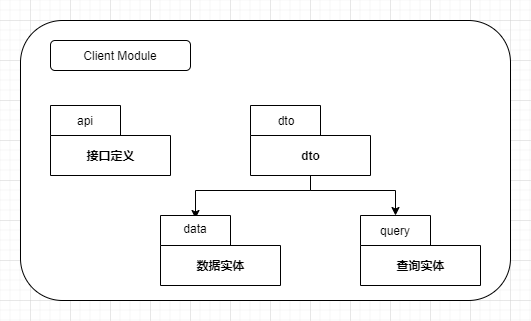
sunxiaozhi/WitBoot keeps this draw.io diagram as doc/image/witboot-client.png. Above is the earlier version. Source tidied: cells renumbered, new cells last; positions are measured from the earlier drawing's top-left corner, leaving out a move shared by most shapes. Its diagram source:
```xml
<mxGraphModel>
  <root>
    <mxCell id="0" />
    <mxCell id="1" parent="0" />
    <mxCell id="2" style="rounded=1;whiteSpace=wrap;html=1;" parent="1" vertex="1">
      <mxGeometry width="490" height="280" as="geometry" />
    </mxCell>
    <mxCell id="3" value="接口定义" style="shape=folder;fontStyle=1;tabWidth=70;tabHeight=30;tabPosition=left;html=1;boundedLbl=1;" parent="1" vertex="1">
      <mxGeometry x="30" y="85" width="120" height="70" as="geometry" />
    </mxCell>
    <mxCell id="4" value="Client Module" style="rounded=1;whiteSpace=wrap;html=1;" parent="1" vertex="1">
      <mxGeometry x="30" y="20" width="140" height="30" as="geometry" />
    </mxCell>
    <mxCell id="5" value="api" style="text;html=1;strokeColor=none;fillColor=none;align=center;verticalAlign=middle;whiteSpace=wrap;rounded=0;" parent="1" vertex="1">
      <mxGeometry x="45" y="90" width="40" height="20" as="geometry" />
    </mxCell>
    <mxCell id="6" style="edgeStyle=orthogonalEdgeStyle;rounded=0;orthogonalLoop=1;jettySize=auto;html=1;exitX=0.5;exitY=1;exitDx=0;exitDy=0;" parent="1" edge="1">
      <mxGeometry relative="1" as="geometry">
        <mxPoint x="70" y="129" as="sourcePoint" />
        <mxPoint x="70" y="129" as="targetPoint" />
      </mxGeometry>
    </mxCell>
    <mxCell id="7" style="edgeStyle=orthogonalEdgeStyle;rounded=0;jettySize=auto;html=1;entryX=0.5;entryY=0;entryDx=0;entryDy=0;" parent="1" edge="1" source="9" target="12">
      <mxGeometry relative="1" as="geometry">
        <Array as="points">
          <mxPoint x="290" y="170" />
          <mxPoint x="175" y="170" />
        </Array>
      </mxGeometry>
    </mxCell>
    <mxCell id="8" style="edgeStyle=orthogonalEdgeStyle;rounded=0;jettySize=auto;html=1;entryX=0;entryY=0;entryDx=35;entryDy=0;entryPerimeter=0;" parent="1" edge="1" source="9" target="13">
      <mxGeometry relative="1" as="geometry">
        <Array as="points">
          <mxPoint x="290" y="170" />
          <mxPoint x="375" y="170" />
        </Array>
      </mxGeometry>
    </mxCell>
    <mxCell id="9" value="dto" style="shape=folder;fontStyle=1;tabWidth=70;tabHeight=30;tabPosition=left;html=1;boundedLbl=1;" parent="1" vertex="1">
      <mxGeometry x="230" y="85" width="120" height="70" as="geometry" />
    </mxCell>
    <mxCell id="10" value="数据实体" style="shape=folder;fontStyle=1;tabWidth=70;tabHeight=30;tabPosition=left;html=1;boundedLbl=1;" parent="1" vertex="1">
      <mxGeometry x="140" y="195" width="120" height="70" as="geometry" />
    </mxCell>
    <mxCell id="11" value="dto" style="text;html=1;strokeColor=none;fillColor=none;align=center;verticalAlign=middle;whiteSpace=wrap;rounded=0;" parent="1" vertex="1">
      <mxGeometry x="245.5" y="90" width="40" height="20" as="geometry" />
    </mxCell>
    <mxCell id="12" value="data" style="text;html=1;strokeColor=none;fillColor=none;align=center;verticalAlign=middle;whiteSpace=wrap;rounded=0;" parent="1" vertex="1">
      <mxGeometry x="155" y="198" width="40" height="20" as="geometry" />
    </mxCell>
    <mxCell id="13" value="查询实体" style="shape=folder;fontStyle=1;tabWidth=70;tabHeight=30;tabPosition=left;html=1;boundedLbl=1;" parent="1" vertex="1">
      <mxGeometry x="340" y="195" width="120" height="70" as="geometry" />
    </mxCell>
    <mxCell id="14" value="query" style="text;html=1;strokeColor=none;fillColor=none;align=center;verticalAlign=middle;whiteSpace=wrap;rounded=0;" parent="1" vertex="1">
      <mxGeometry x="355" y="200" width="40" height="20" as="geometry" />
    </mxCell>
  </root>
</mxGraphModel>
```
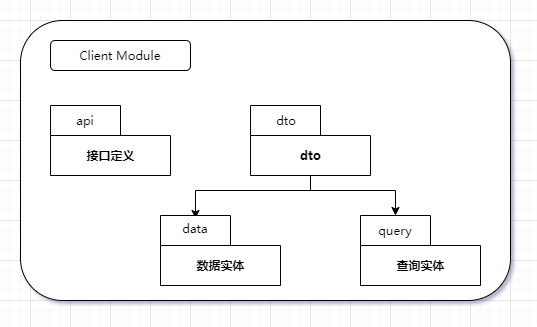
After the change.

What changed in the source:
```diff
@@ -2,25 +2,25 @@
   <root>
     <mxCell id="0" />
     <mxCell id="1" parent="0" />
-    <mxCell id="2" style="rounded=1;whiteSpace=wrap;html=1;" parent="1" vertex="1">
+    <mxCell id="2" style="rounded=1;whiteSpace=wrap;html=1;fontFamily=SourceCodePro-Medium;" parent="1" vertex="1">
       <mxGeometry width="490" height="280" as="geometry" />
     </mxCell>
-    <mxCell id="3" value="接口定义" style="shape=folder;fontStyle=1;tabWidth=70;tabHeight=30;tabPosition=left;html=1;boundedLbl=1;" parent="1" vertex="1">
+    <mxCell id="3" value="接口定义" style="shape=folder;fontStyle=1;tabWidth=70;tabHeight=30;tabPosition=left;html=1;boundedLbl=1;fontFamily=SourceCodePro-Medium;" parent="1" vertex="1">
       <mxGeometry x="30" y="85" width="120" height="70" as="geometry" />
     </mxCell>
-    <mxCell id="4" value="Client Module" style="rounded=1;whiteSpace=wrap;html=1;" parent="1" vertex="1">
+    <mxCell id="4" value="Client Module" style="rounded=1;whiteSpace=wrap;html=1;fontFamily=SourceCodePro-Medium;" parent="1" vertex="1">
       <mxGeometry x="30" y="20" width="140" height="30" as="geometry" />
     </mxCell>
-    <mxCell id="5" value="api" style="text;html=1;strokeColor=none;fillColor=none;align=center;verticalAlign=middle;whiteSpace=wrap;rounded=0;" parent="1" vertex="1">
+    <mxCell id="5" value="api" style="text;html=1;strokeColor=none;fillColor=none;align=center;verticalAlign=middle;whiteSpace=wrap;rounded=0;fontFamily=SourceCodePro-Medium;" parent="1" vertex="1">
       <mxGeometry x="45" y="90" width="40" height="20" as="geometry" />
     </mxCell>
-    <mxCell id="6" style="edgeStyle=orthogonalEdgeStyle;rounded=0;orthogonalLoop=1;jettySize=auto;html=1;exitX=0.5;exitY=1;exitDx=0;exitDy=0;" parent="1" edge="1">
+    <mxCell id="6" style="edgeStyle=orthogonalEdgeStyle;rounded=0;orthogonalLoop=1;jettySize=auto;html=1;exitX=0.5;exitY=1;exitDx=0;exitDy=0;fontFamily=SourceCodePro-Medium;" parent="1" edge="1">
       <mxGeometry relative="1" as="geometry">
         <mxPoint x="70" y="129" as="sourcePoint" />
         <mxPoint x="70" y="129" as="targetPoint" />
       </mxGeometry>
     </mxCell>
-    <mxCell id="7" style="edgeStyle=orthogonalEdgeStyle;rounded=0;jettySize=auto;html=1;entryX=0.5;entryY=0;entryDx=0;entryDy=0;" parent="1" edge="1" source="9" target="12">
+    <mxCell id="7" style="edgeStyle=orthogonalEdgeStyle;rounded=0;jettySize=auto;html=1;entryX=0.5;entryY=0;entryDx=0;entryDy=0;fontFamily=SourceCodePro-Medium;" parent="1" edge="1" source="9" target="12">
       <mxGeometry relative="1" as="geometry">
         <Array as="points">
           <mxPoint x="290" y="170" />
@@ -28,7 +28,7 @@
         </Array>
       </mxGeometry>
     </mxCell>
-    <mxCell id="8" style="edgeStyle=orthogonalEdgeStyle;rounded=0;jettySize=auto;html=1;entryX=0;entryY=0;entryDx=35;entryDy=0;entryPerimeter=0;" parent="1" edge="1" source="9" target="13">
+    <mxCell id="8" style="edgeStyle=orthogonalEdgeStyle;rounded=0;jettySize=auto;html=1;entryX=0;entryY=0;entryDx=35;entryDy=0;entryPerimeter=0;fontFamily=SourceCodePro-Medium;" parent="1" edge="1" source="9" target="13">
       <mxGeometry relative="1" as="geometry">
         <Array as="points">
           <mxPoint x="290" y="170" />
@@ -36,22 +36,22 @@
         </Array>
       </mxGeometry>
     </mxCell>
-    <mxCell id="9" value="dto" style="shape=folder;fontStyle=1;tabWidth=70;tabHeight=30;tabPosition=left;html=1;boundedLbl=1;" parent="1" vertex="1">
+    <mxCell id="9" value="dto" style="shape=folder;fontStyle=1;tabWidth=70;tabHeight=30;tabPosition=left;html=1;boundedLbl=1;fontFamily=SourceCodePro-Medium;" parent="1" vertex="1">
       <mxGeometry x="230" y="85" width="120" height="70" as="geometry" />
     </mxCell>
-    <mxCell id="10" value="数据实体" style="shape=folder;fontStyle=1;tabWidth=70;tabHeight=30;tabPosition=left;html=1;boundedLbl=1;" parent="1" vertex="1">
+    <mxCell id="10" value="数据实体" style="shape=folder;fontStyle=1;tabWidth=70;tabHeight=30;tabPosition=left;html=1;boundedLbl=1;fontFamily=SourceCodePro-Medium;" parent="1" vertex="1">
       <mxGeometry x="140" y="195" width="120" height="70" as="geometry" />
     </mxCell>
-    <mxCell id="11" value="dto" style="text;html=1;strokeColor=none;fillColor=none;align=center;verticalAlign=middle;whiteSpace=wrap;rounded=0;" parent="1" vertex="1">
+    <mxCell id="11" value="dto" style="text;html=1;strokeColor=none;fillColor=none;align=center;verticalAlign=middle;whiteSpace=wrap;rounded=0;fontFamily=SourceCodePro-Medium;" parent="1" vertex="1">
       <mxGeometry x="245.5" y="90" width="40" height="20" as="geometry" />
     </mxCell>
-    <mxCell id="12" value="data" style="text;html=1;strokeColor=none;fillColor=none;align=center;verticalAlign=middle;whiteSpace=wrap;rounded=0;" parent="1" vertex="1">
+    <mxCell id="12" value="data" style="text;html=1;strokeColor=none;fillColor=none;align=center;verticalAlign=middle;whiteSpace=wrap;rounded=0;fontFamily=SourceCodePro-Medium;" parent="1" vertex="1">
       <mxGeometry x="155" y="198" width="40" height="20" as="geometry" />
     </mxCell>
-    <mxCell id="13" value="查询实体" style="shape=folder;fontStyle=1;tabWidth=70;tabHeight=30;tabPosition=left;html=1;boundedLbl=1;" parent="1" vertex="1">
+    <mxCell id="13" value="查询实体" style="shape=folder;fontStyle=1;tabWidth=70;tabHeight=30;tabPosition=left;html=1;boundedLbl=1;fontFamily=SourceCodePro-Medium;" parent="1" vertex="1">
       <mxGeometry x="340" y="195" width="120" height="70" as="geometry" />
     </mxCell>
-    <mxCell id="14" value="query" style="text;html=1;strokeColor=none;fillColor=none;align=center;verticalAlign=middle;whiteSpace=wrap;rounded=0;" parent="1" vertex="1">
+    <mxCell id="14" value="query" style="text;html=1;strokeColor=none;fillColor=none;align=center;verticalAlign=middle;whiteSpace=wrap;rounded=0;fontFamily=SourceCodePro-Medium;" parent="1" vertex="1">
       <mxGeometry x="355" y="200" width="40" height="20" as="geometry" />
     </mxCell>
   </root>
```
